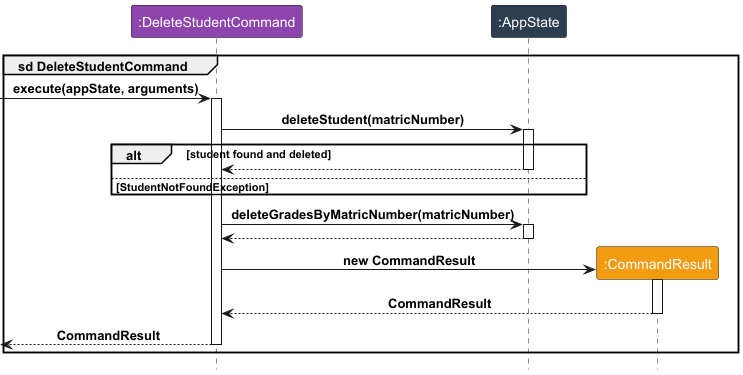
This is docs/diagrams/DeleteStudentCommand.png from yeekian/tp, a PlantUML export, as it was before one commit.
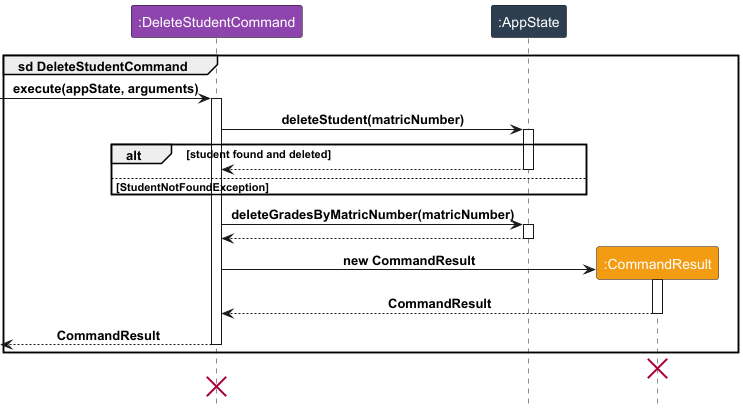
After the change.

Diff of the diagram source:
```diff
@@ -30,4 +30,6 @@
 [<-- C : CommandResult
 deactivate C
 end
+destroy R
+destroy C
 @enduml
```
